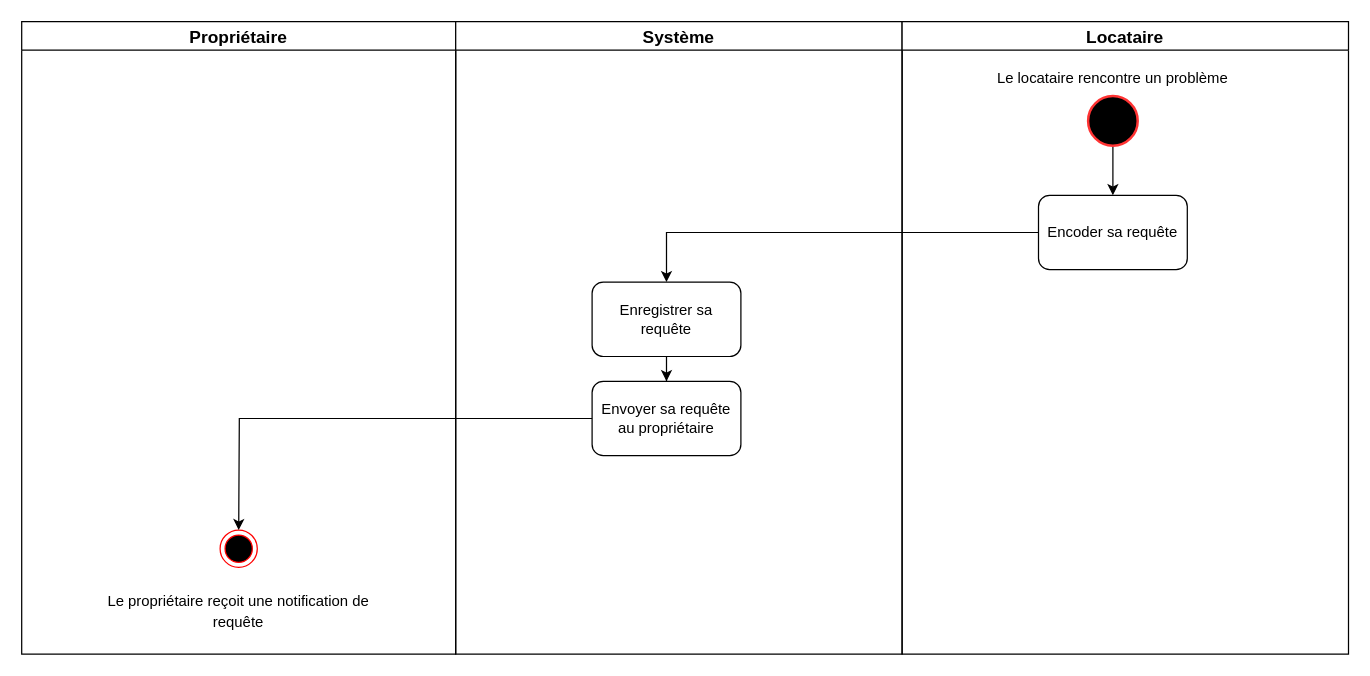
Julienthum/Co-Lock keeps this draw.io diagram as page "Faire une requête" (17 of 20) of Ko-loc (1).drawio. Above is the earlier version. Source tidied: cells renumbered, new cells numbered last; positions are measured from the earlier drawing's top-left corner, leaving out a move shared by most shapes. Both pictures are drawn from the tidied source at 124%, with x=0, y=0 at pixel (21, 21).
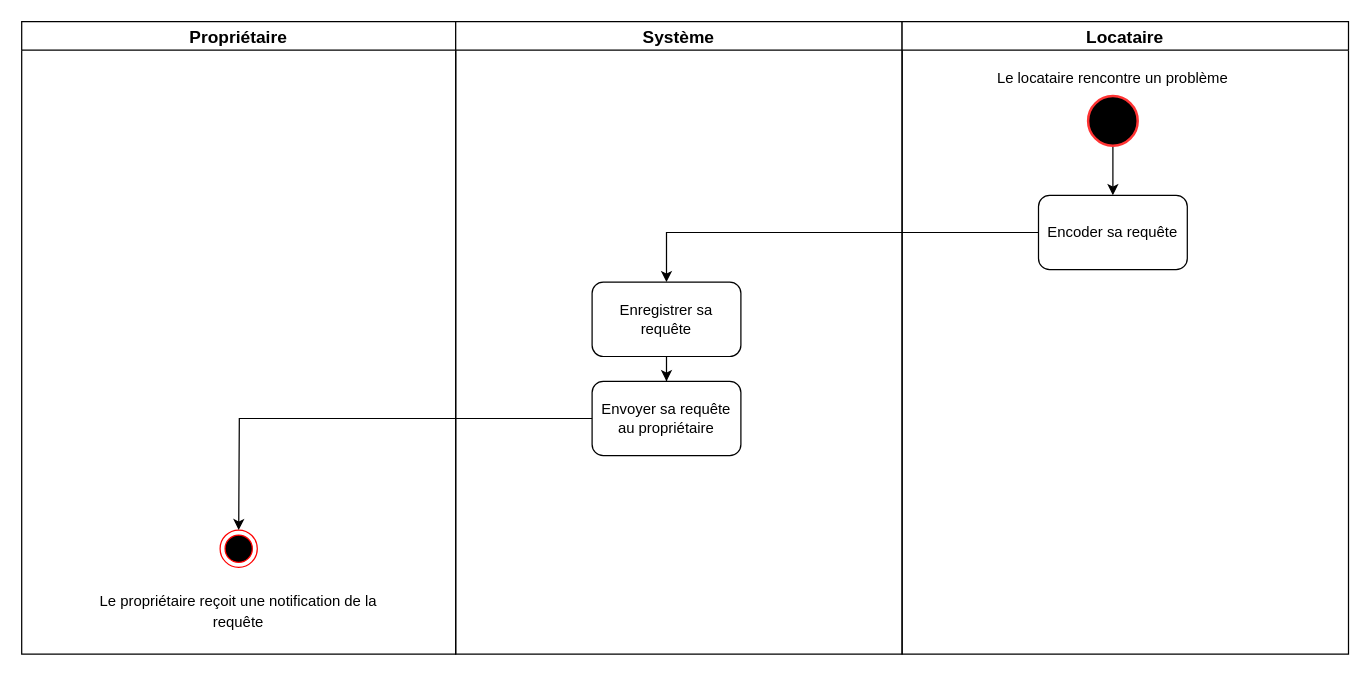
Above is the later version.

What changed in the source:
```diff
@@
 <mxGraphModel>
   <root>
     <mxCell id="0" />
     <mxCell id="1" parent="0" />
     <mxCell id="2" value="Propriétaire" style="swimlane;fontSize=14;strokeColor=#000000;fillColor=#FFFFFF;startSize=23;" parent="1" vertex="1">
       <mxGeometry width="350" height="510" as="geometry" />
     </mxCell>
-    <mxCell id="3" value="&lt;span style=&quot;font-size: 12px&quot;&gt;Le propriétaire reçoit&amp;nbsp;une notification de requête&lt;/span&gt;" style="text;html=1;strokeColor=none;fillColor=none;align=center;verticalAlign=middle;whiteSpace=wrap;rounded=0;fontSize=14;" parent="2" vertex="1">
+    <mxCell id="3" value="&lt;span style=&quot;font-size: 12px&quot;&gt;Le propriétaire reçoit&amp;nbsp;une notification de la requête&lt;/span&gt;" style="text;html=1;strokeColor=none;fillColor=none;align=center;verticalAlign=middle;whiteSpace=wrap;rounded=0;fontSize=14;" parent="2" vertex="1">
       <mxGeometry x="55" y="460" width="240" height="30" as="geometry" />
     </mxCell>
     <mxCell id="4" style="ellipse;html=1;shape=endState;fillColor=#000000;strokeColor=#ff0000;fontSize=12;" parent="2" vertex="1">
       <mxGeometry x="160" y="410" width="30" height="30" as="geometry" />
     </mxCell>
     <mxCell id="5" value="Système" style="swimlane;fontSize=14;strokeColor=#000000;fillColor=#FFFFFF;" parent="1" vertex="1">
       <mxGeometry x="350" width="360" height="510" as="geometry" />
     </mxCell>
     <mxCell id="6" style="edgeStyle=orthogonalEdgeStyle;rounded=0;jettySize=auto;html=1;fontSize=12;" parent="5" edge="1" source="7" target="8">
       <mxGeometry relative="1" as="geometry" />
     </mxCell>
     <mxCell id="7" value="Enregistrer sa requête" style="rounded=1;whiteSpace=wrap;html=1;fontSize=12;strokeColor=#000000;fillColor=#FFFFFF;" parent="5" vertex="1">
       <mxGeometry x="110" y="210" width="120" height="60" as="geometry" />
     </mxCell>
     <mxCell id="8" value="Envoyer sa requête au propriétaire" style="rounded=1;whiteSpace=wrap;html=1;fontSize=12;strokeColor=#000000;fillColor=#FFFFFF;" parent="5" vertex="1">
       <mxGeometry x="110" y="290" width="120" height="60" as="geometry" />
     </mxCell>
     <mxCell id="9" value="Locataire" style="swimlane;fontSize=14;strokeColor=#000000;fillColor=#FFFFFF;" parent="1" vertex="1">
       <mxGeometry x="710" width="360" height="510" as="geometry" />
     </mxCell>
     <mxCell id="10" style="edgeStyle=orthogonalEdgeStyle;rounded=0;jettySize=auto;html=1;entryX=0.5;entryY=0;entryDx=0;entryDy=0;fontSize=12;" parent="9" edge="1" source="11" target="13">
       <mxGeometry relative="1" as="geometry" />
     </mxCell>
     <mxCell id="11" style="strokeWidth=2;html=1;shape=mxgraph.flowchart.start_2;whiteSpace=wrap;fontSize=14;fillColor=#000000;strokeColor=#FF3333;" parent="9" vertex="1">
       <mxGeometry x="150" y="60" width="40" height="40" as="geometry" />
     </mxCell>
     <mxCell id="12" value="&lt;font style=&quot;font-size: 12px&quot;&gt;Le locataire rencontre un problème&lt;/font&gt;" style="text;html=1;strokeColor=none;fillColor=none;align=center;verticalAlign=middle;whiteSpace=wrap;rounded=0;fontSize=14;" parent="9" vertex="1">
       <mxGeometry x="50" y="30" width="240" height="30" as="geometry" />
     </mxCell>
     <mxCell id="13" value="Encoder sa requête" style="rounded=1;whiteSpace=wrap;html=1;fontSize=12;strokeColor=#000000;fillColor=#FFFFFF;" parent="9" vertex="1">
       <mxGeometry x="110" y="140" width="120" height="60" as="geometry" />
     </mxCell>
     <mxCell id="14" style="edgeStyle=orthogonalEdgeStyle;rounded=0;jettySize=auto;html=1;fontSize=12;" parent="1" edge="1" source="13" target="7">
       <mxGeometry relative="1" as="geometry" />
     </mxCell>
     <mxCell id="15" style="edgeStyle=orthogonalEdgeStyle;rounded=0;jettySize=auto;html=1;fontSize=12;" parent="1" edge="1" source="8">
       <mxGeometry relative="1" as="geometry">
         <mxPoint x="175" y="410" as="targetPoint" />
       </mxGeometry>
     </mxCell>
   </root>
 </mxGraphModel>
```
